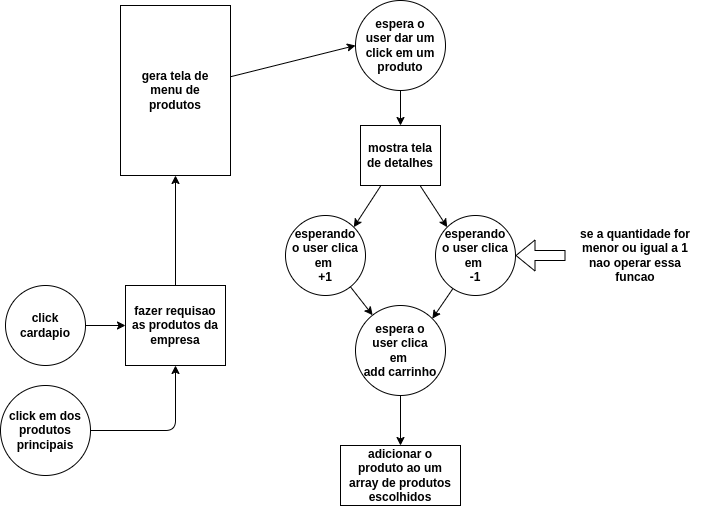
Aluisiolima/cardapio keeps this draw.io diagram as docs/flow-scheme-menuCardapio.drawio.png. Above is the earlier version. Source tidied: cells renumbered, new cells last; positions are measured from the earlier drawing's top-left corner, leaving out a move shared by most shapes.
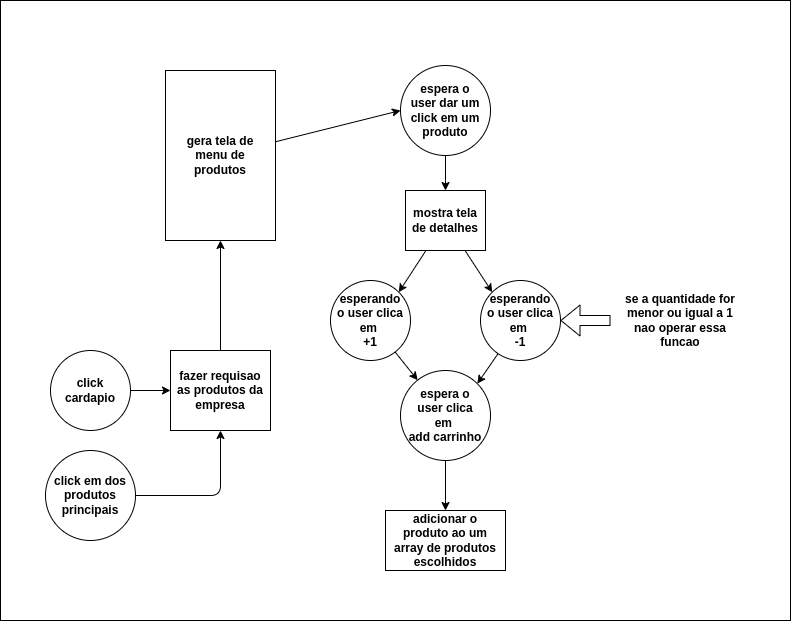
Later version of the same file.

Diff of the diagram source:
```diff
@@ -2,6 +2,9 @@
   <root>
     <mxCell id="0" />
     <mxCell id="1" parent="0" />
+    <mxCell id="24" style="whiteSpace=wrap;html=1;" parent="1" vertex="1">
+      <mxGeometry x="-45" y="-65" width="790" height="620" as="geometry" />
+    </mxCell>
     <mxCell id="2" style="edgeStyle=none;html=1;entryX=0;entryY=0.5;entryDx=0;entryDy=0;fontStyle=1;fontColor=#171616;labelBackgroundColor=none;fillColor=none;spacing=7;" parent="1" edge="1" source="3" target="5">
       <mxGeometry relative="1" as="geometry" />
     </mxCell>
```
